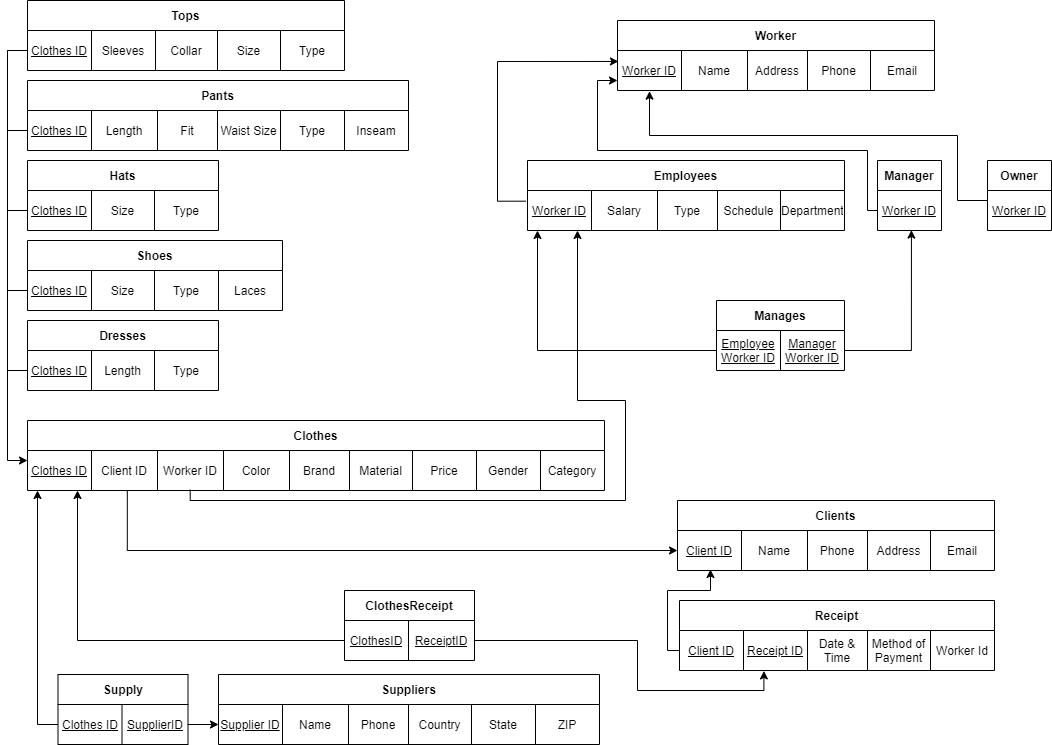
Above: images/relational-model.png in cmps277-dbproject/database (draw.io), before the change. Source tidied: cells renumbered, new cells last; positions are measured from the earlier drawing's top-left corner, leaving out a move shared by most shapes.
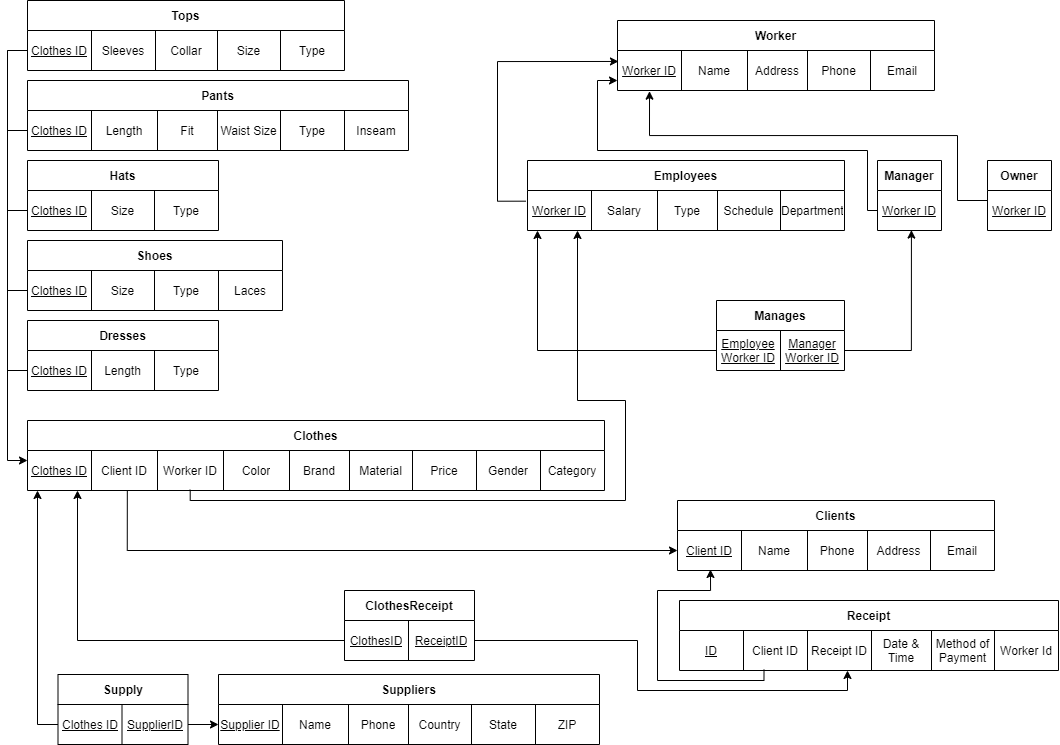
The same diagram one commit later.

The edit, as a diff of the source:
```diff
@@ -264,31 +264,35 @@
       </mxGeometry>
     </mxCell>
     <mxCell id="79" value="Receipt" style="shape=table;html=1;whiteSpace=wrap;startSize=30;fontStyle=1;align=center;" parent="1" vertex="1">
-      <mxGeometry x="672" y="600" width="315" height="70" as="geometry" />
+      <mxGeometry x="672" y="600" width="379" height="70" as="geometry" />
     </mxCell>
     <mxCell id="80" style="shape=partialRectangle;html=1;whiteSpace=wrap;fillColor=none;top=0;left=0;bottom=0;right=0;points=[[0,0.5],[1,0.5]];portConstraint=eastwest;" parent="79" vertex="1">
-      <mxGeometry y="30" width="315" height="40" as="geometry" />
+      <mxGeometry y="30" width="379" height="40" as="geometry" />
     </mxCell>
+    <mxCell id="115" value="ID" style="shape=partialRectangle;html=1;whiteSpace=wrap;fillColor=none;top=0;left=0;bottom=0;right=0;overflow=hidden;fontStyle=4;" parent="80" vertex="1">
+      <mxGeometry width="64" height="40" as="geometry" />
+    </mxCell>
-    <mxCell id="81" value="&lt;u&gt;Client ID&lt;/u&gt;" style="shape=partialRectangle;html=1;whiteSpace=wrap;fillColor=none;top=0;left=0;bottom=0;right=0;overflow=hidden;" parent="80" vertex="1">
-      <mxGeometry width="64" height="40" as="geometry" />
+    <mxCell id="81" value="&lt;span&gt;Client ID&lt;/span&gt;" style="shape=partialRectangle;html=1;whiteSpace=wrap;fillColor=none;top=0;left=0;bottom=0;right=0;overflow=hidden;fontStyle=0;" parent="80" vertex="1">
+      <mxGeometry x="64" width="64" height="40" as="geometry" />
     </mxCell>
-    <mxCell id="82" value="&lt;u&gt;Receipt ID&lt;/u&gt;" style="shape=partialRectangle;html=1;whiteSpace=wrap;fillColor=none;top=0;left=0;bottom=0;right=0;overflow=hidden;" parent="80" vertex="1">
-      <mxGeometry x="64" width="64" height="40" as="geometry" />
+    <mxCell id="82" value="&lt;span&gt;Receipt ID&lt;/span&gt;" style="shape=partialRectangle;html=1;whiteSpace=wrap;fillColor=none;top=0;left=0;bottom=0;right=0;overflow=hidden;fontStyle=0;" parent="80" vertex="1">
+      <mxGeometry x="128" width="64" height="40" as="geometry" />
     </mxCell>
     <mxCell id="83" value="Date &amp;amp; Time" style="shape=partialRectangle;html=1;whiteSpace=wrap;fillColor=none;top=0;left=0;bottom=0;right=0;overflow=hidden;" parent="80" vertex="1">
-      <mxGeometry x="128" width="60" height="40" as="geometry" />
+      <mxGeometry x="192" width="60" height="40" as="geometry" />
     </mxCell>
     <mxCell id="84" value="Method of Payment" style="shape=partialRectangle;html=1;whiteSpace=wrap;fillColor=none;top=0;left=0;bottom=0;right=0;overflow=hidden;" parent="80" vertex="1">
-      <mxGeometry x="188" width="63" height="40" as="geometry" />
+      <mxGeometry x="252" width="63" height="40" as="geometry" />
     </mxCell>
     <mxCell id="85" value="Worker Id" style="shape=partialRectangle;html=1;whiteSpace=wrap;fillColor=none;top=0;left=0;bottom=0;right=0;overflow=hidden;" parent="80" vertex="1">
-      <mxGeometry x="251" width="64" height="40" as="geometry" />
+      <mxGeometry x="315" width="64" height="40" as="geometry" />
     </mxCell>
-    <mxCell id="86" style="edgeStyle=orthogonalEdgeStyle;rounded=0;jettySize=auto;html=1;exitX=0;exitY=0.5;exitDx=0;exitDy=0;entryX=0.104;entryY=0.975;entryDx=0;entryDy=0;entryPerimeter=0;startArrow=none;startFill=0;endArrow=classic;endFill=1;" parent="1" edge="1" source="80" target="64">
+    <mxCell id="86" style="edgeStyle=orthogonalEdgeStyle;rounded=0;jettySize=auto;html=1;entryX=0.104;entryY=0.975;entryDx=0;entryDy=0;entryPerimeter=0;startArrow=none;startFill=0;endArrow=classic;endFill=1;exitX=0.223;exitY=0.979;exitDx=0;exitDy=0;exitPerimeter=0;" parent="1" edge="1" source="80" target="64">
       <mxGeometry relative="1" as="geometry">
         <Array as="points">
-          <mxPoint x="660" y="650" />
-          <mxPoint x="660" y="590" />
+          <mxPoint x="756" y="680" />
+          <mxPoint x="650" y="680" />
+          <mxPoint x="650" y="590" />
           <mxPoint x="703" y="590" />
         </Array>
       </mxGeometry>
@@ -395,10 +399,10 @@
     <mxCell id="112" value="ReceiptID" style="shape=partialRectangle;html=1;whiteSpace=wrap;fillColor=none;top=0;left=0;bottom=0;right=0;overflow=hidden;fontStyle=4;" parent="110" vertex="1">
       <mxGeometry x="64" width="66" height="40" as="geometry" />
     </mxCell>
-    <mxCell id="113" style="edgeStyle=orthogonalEdgeStyle;rounded=0;jettySize=auto;html=1;exitX=0.268;exitY=1.011;exitDx=0;exitDy=0;entryX=1;entryY=0.5;entryDx=0;entryDy=0;startArrow=classic;startFill=1;endArrow=none;endFill=0;exitPerimeter=0;" parent="1" edge="1" source="80" target="110">
+    <mxCell id="113" style="edgeStyle=orthogonalEdgeStyle;rounded=0;jettySize=auto;html=1;entryX=1;entryY=0.5;entryDx=0;entryDy=0;startArrow=classic;startFill=1;endArrow=none;endFill=0;" parent="1" edge="1" source="80" target="110">
       <mxGeometry relative="1" as="geometry">
         <Array as="points">
-          <mxPoint x="756" y="690" />
+          <mxPoint x="840" y="690" />
           <mxPoint x="630" y="690" />
           <mxPoint x="630" y="640" />
         </Array>
```
